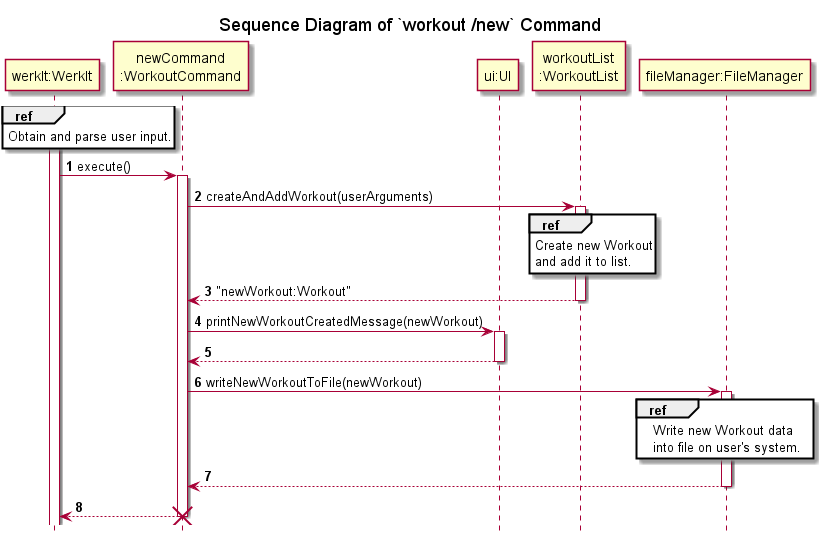
Earlier version of the PlantUML export docs/uml/sequenceDiagrams/workouts/images/CreateWorkout.png (nus-cs2113-AY2122S2/tp).
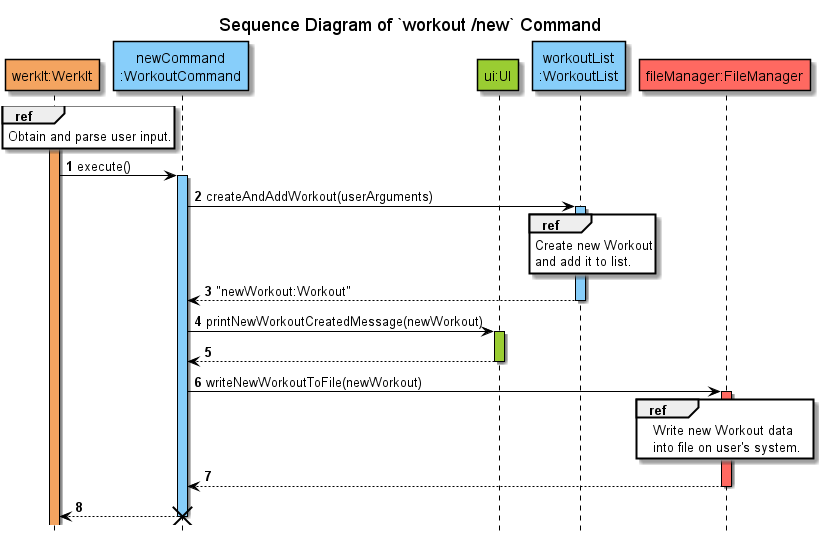
After the commit.

The edit, as a diff of the source:
```diff
@@ -6,22 +6,22 @@
 title Sequence Diagram of `workout /new` Command
 hide footbox
 
-participant "werkIt:WerkIt" AS WerkIt
-participant "newCommand\n:WorkoutCommand" AS newCommand
-participant "ui:UI" as UI
-participant "workoutList\n:WorkoutList" AS WorkoutList
-participant "fileManager:FileManager" as FileManager
+participant "werkIt:WerkIt" AS WerkIt COLOR_WERKIT
+participant "newCommand\n:WorkoutCommand" AS newCommand COLOR_LOGIC
+participant "ui:UI" as UI COLOR_UI
+participant "workoutList\n:WorkoutList" AS WorkoutList COLOR_LOGIC
+participant "fileManager:FileManager" as FileManager COLOR_STORAGE
 
-activate WerkIt
+activate WerkIt COLOR_WERKIT
 
 ref over WerkIt
 Obtain and parse user input.
 end
 
 WerkIt -> newCommand : execute()
-activate newCommand
+activate newCommand COLOR_LOGIC
 newCommand -> WorkoutList : createAndAddWorkout(userArguments)
-activate WorkoutList
+activate WorkoutList COLOR_LOGIC
 ref over WorkoutList
 Create new Workout
 and add it to list.
@@ -30,11 +30,11 @@
 deactivate WorkoutList
 
 newCommand -> UI : printNewWorkoutCreatedMessage(newWorkout)
-activate UI
+activate UI COLOR_UI
 return
 
 newCommand -> FileManager : writeNewWorkoutToFile(newWorkout)
-activate FileManager
+activate FileManager COLOR_STORAGE
 ref over FileManager
 Write new Workout data
 into file on user's system.
```
